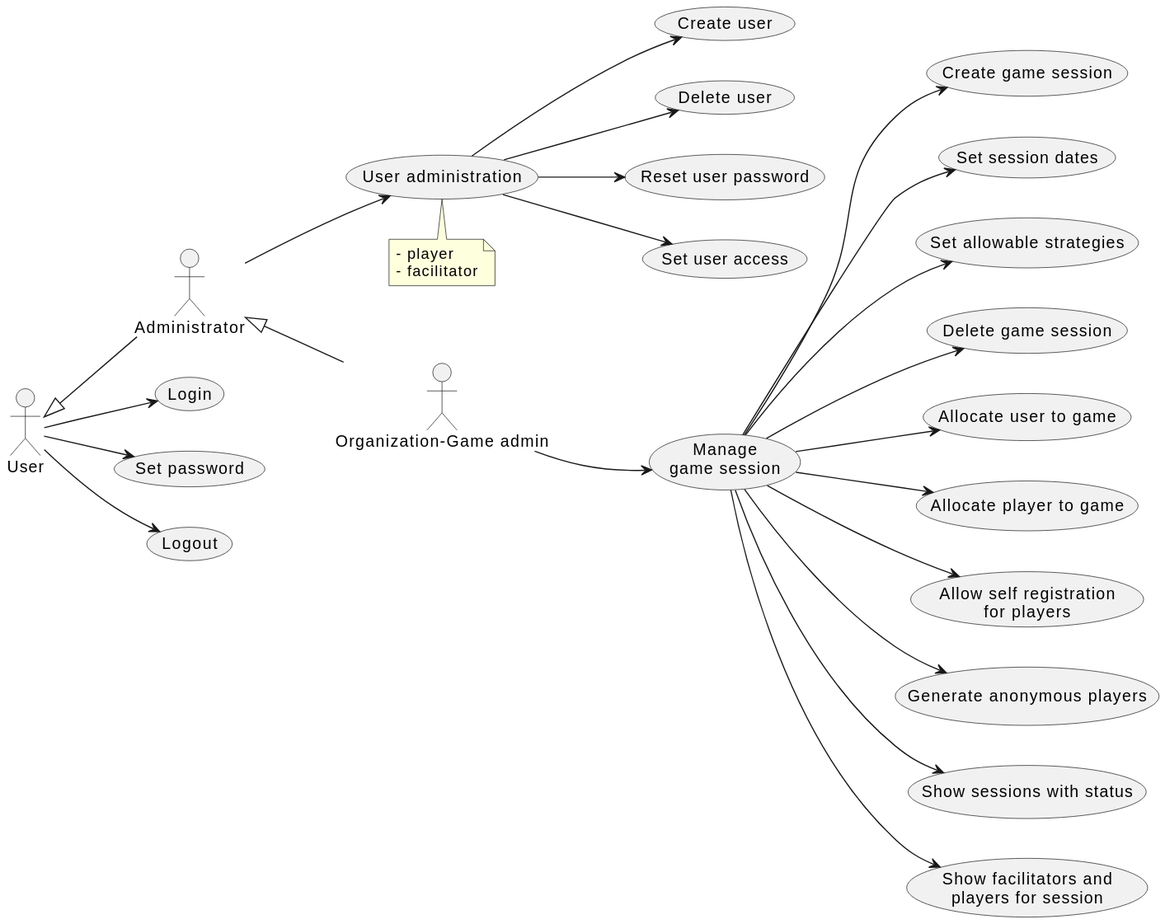
The PlantUML diagram doc/2-use-cases/diagrams/organization-game-administration.svg in averbraeck/gscg-design, before a commit.
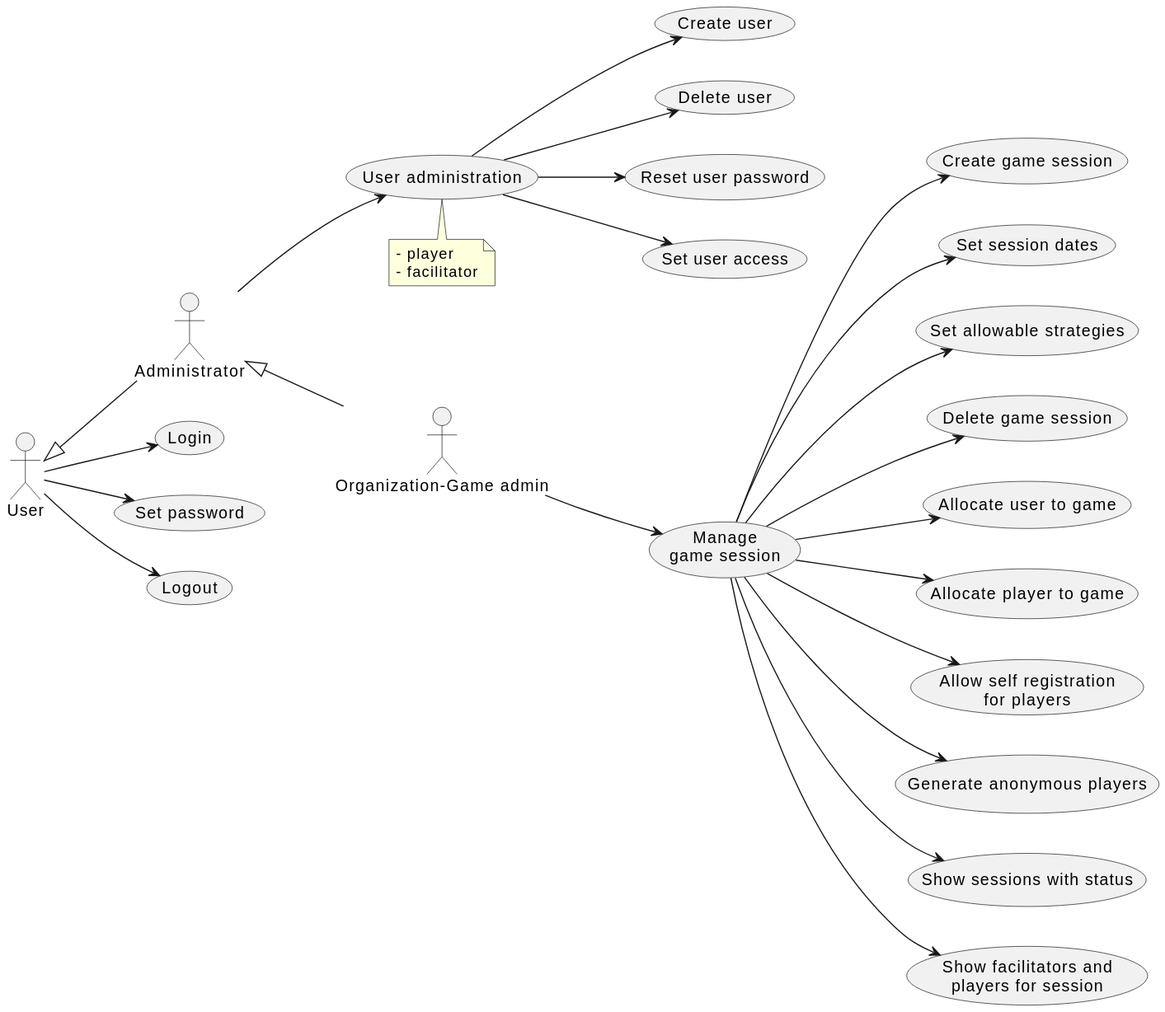
Above is the later version.

Change to the diagram source:
```diff
@@ -21,7 +21,7 @@
 (User administration) --> (Set user access)
 
 "Manage\ngame session" as (Manage)
-OGA --> Manage : "\n\n\n\n\n\n\n\n\n\n"
+OGA --> Manage : "\n\n\n\n\n\n\n\n\n\n\n\n\n\n\n"
 Manage --> (Create game session)
 Manage --> (Set session dates)
 Manage --> (Set allowable strategies)
```
